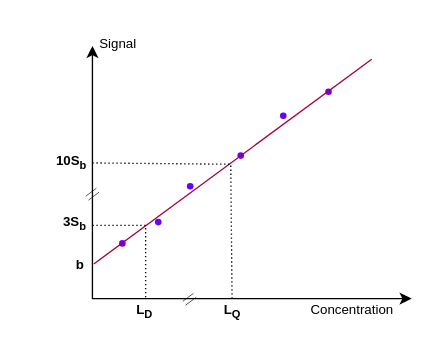
Earlier version of the draw.io diagram page "LD_LQ1" (1 of 2) of sae5-2.drawio (G-Boronad/diagrams). Source tidied: cells renumbered, new cells numbered last; positions are measured from the earlier drawing's top-left corner, leaving out a move shared by most shapes. Both pictures are drawn from the tidied source at 133%, with x=0, y=0 at pixel (36, 23).
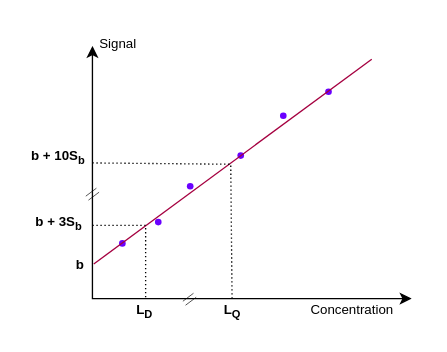
The same page after the edit.

Commit message (it also covers changes not shown here):
Mettre à jour sae5-2.drawio

Diff of the diagram source:
```diff
@@
-    <mxCell id="10" value="3S&lt;sub&gt;b&lt;/sub&gt;" style="text;html=1;align=center;verticalAlign=middle;whiteSpace=wrap;rounded=0;fontSize=10;fontStyle=1;" parent="1" vertex="1">
-      <mxGeometry x="9" y="139" width="40" height="21" as="geometry" />
+    <mxCell id="10" value="b + 3S&lt;sub&gt;b&lt;/sub&gt;" style="text;html=1;align=center;verticalAlign=middle;whiteSpace=wrap;rounded=0;fontSize=10;fontStyle=1;" parent="1" vertex="1">
+      <mxGeometry x="-3" y="139" width="40" height="21" as="geometry" />
     </mxCell>
@@
-    <mxCell id="12" value="10S&lt;sub&gt;b&lt;/sub&gt;" style="text;html=1;align=center;verticalAlign=middle;whiteSpace=wrap;rounded=0;fontSize=10;fontStyle=1;" parent="1" vertex="1">
-      <mxGeometry y="93" width="53" height="21" as="geometry" />
+    <mxCell id="12" value="b + 10S&lt;sub&gt;b&lt;/sub&gt;" style="text;html=1;align=center;verticalAlign=middle;whiteSpace=wrap;rounded=0;fontSize=10;fontStyle=1;" parent="1" vertex="1">
+      <mxGeometry x="-10" y="89" width="53" height="21" as="geometry" />
     </mxCell>
```
